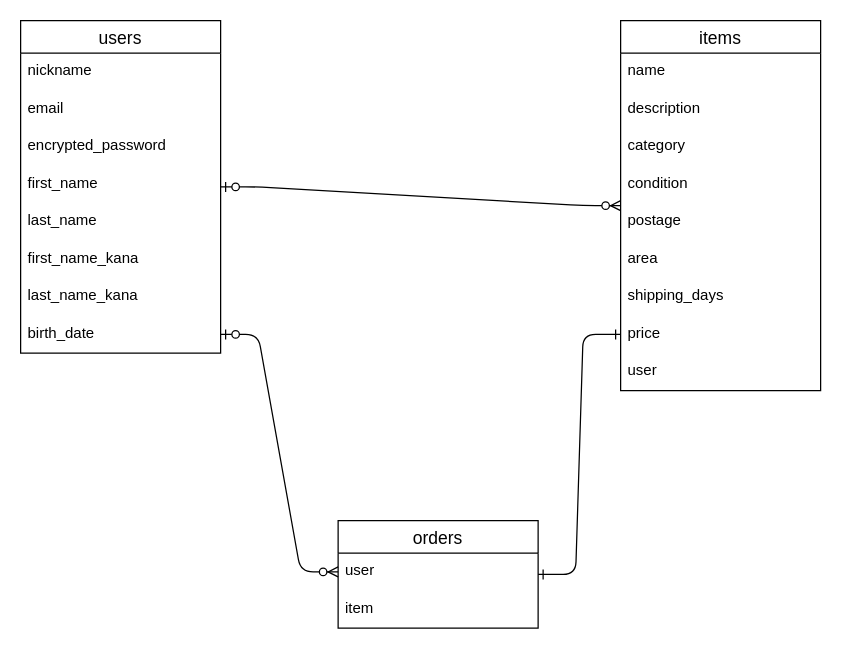
Earlier version of the draw.io diagram DB_design.dio (EastKazu/furima-41466). Source tidied: cells renumbered, new cells numbered last; positions are measured from the earlier drawing's top-left corner, leaving out a move shared by most shapes. Both pictures are drawn from the tidied source at 125%, with x=0, y=0 at pixel (20, 20).
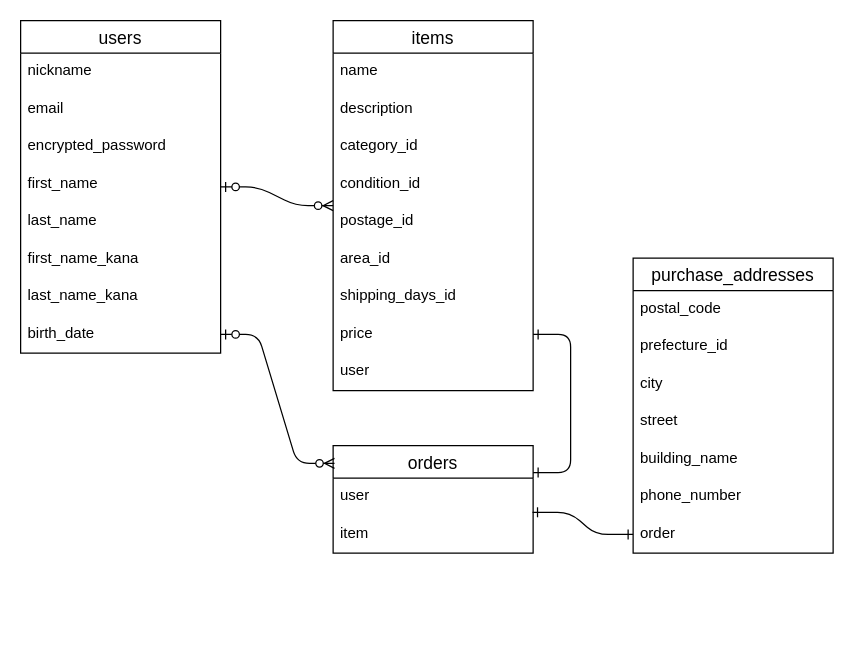
Above is the later version.

Commit message (it also covers changes not shown here):
データベース設計　修正２

# READMEの修正
usersテーブルのオプション
itemsテーブルのカラム名とオプション
purchase_addressesテーブルを新規作成

# ER図の修正

Unchanged cells that the change refers to:
```xml
<mxCell id="10" value="birth_date" style="text;strokeColor=none;fillColor=none;spacingLeft=4;spacingRight=4;overflow=hidden;points=[[0,0.5],[1,0.5]];portConstraint=eastwest;fontSize=12;" parent="2" vertex="1">
  <mxGeometry y="236" width="160" height="30" as="geometry" />
</mxCell>
<mxCell id="19" value="price&#10;" style="text;strokeColor=none;fillColor=none;spacingLeft=4;spacingRight=4;overflow=hidden;points=[[0,0.5],[1,0.5]];portConstraint=eastwest;fontSize=12;" parent="11" vertex="1">
  <mxGeometry y="236" width="160" height="30" as="geometry" />
</mxCell>
<mxCell id="23" value="user" style="text;strokeColor=none;fillColor=none;spacingLeft=4;spacingRight=4;overflow=hidden;points=[[0,0.5],[1,0.5]];portConstraint=eastwest;fontSize=12;" parent="22" vertex="1">
  <mxGeometry y="26" width="160" height="30" as="geometry" />
</mxCell>
```

What changed in the source:
```diff
@@
     <mxCell id="11" value="items" style="swimlane;fontStyle=0;horizontal=1;startSize=26;align=center;fontSize=14;" parent="1" vertex="1">
-      <mxGeometry x="480" width="160" height="296" as="geometry" />
+      <mxGeometry x="250" width="160" height="296" as="geometry" />
     </mxCell>
@@
-    <mxCell id="14" value="category" style="text;strokeColor=none;fillColor=none;spacingLeft=4;spacingRight=4;overflow=hidden;fontSize=12;" parent="11" vertex="1">
+    <mxCell id="14" value="category_id" style="text;strokeColor=none;fillColor=none;spacingLeft=4;spacingRight=4;overflow=hidden;fontSize=12;" parent="11" vertex="1">
       <mxGeometry y="86" width="160" height="30" as="geometry" />
     </mxCell>
-    <mxCell id="15" value="condition" style="text;strokeColor=none;fillColor=none;spacingLeft=4;spacingRight=4;overflow=hidden;fontSize=12;" parent="11" vertex="1">
+    <mxCell id="15" value="condition_id" style="text;strokeColor=none;fillColor=none;spacingLeft=4;spacingRight=4;overflow=hidden;fontSize=12;" parent="11" vertex="1">
       <mxGeometry y="116" width="160" height="30" as="geometry" />
     </mxCell>
-    <mxCell id="16" value="postage" style="text;strokeColor=none;fillColor=none;spacingLeft=4;spacingRight=4;overflow=hidden;fontSize=12;" parent="11" vertex="1">
+    <mxCell id="16" value="postage_id" style="text;strokeColor=none;fillColor=none;spacingLeft=4;spacingRight=4;overflow=hidden;fontSize=12;" parent="11" vertex="1">
       <mxGeometry y="146" width="160" height="30" as="geometry" />
     </mxCell>
-    <mxCell id="17" value="area" style="text;strokeColor=none;fillColor=none;spacingLeft=4;spacingRight=4;overflow=hidden;fontSize=12;" parent="11" vertex="1">
+    <mxCell id="17" value="area_id" style="text;strokeColor=none;fillColor=none;spacingLeft=4;spacingRight=4;overflow=hidden;fontSize=12;" parent="11" vertex="1">
       <mxGeometry y="176" width="160" height="30" as="geometry" />
     </mxCell>
-    <mxCell id="18" value="shipping_days" style="text;strokeColor=none;fillColor=none;spacingLeft=4;spacingRight=4;overflow=hidden;fontSize=12;" parent="11" vertex="1">
+    <mxCell id="18" value="shipping_days_id" style="text;strokeColor=none;fillColor=none;spacingLeft=4;spacingRight=4;overflow=hidden;fontSize=12;" parent="11" vertex="1">
       <mxGeometry y="206" width="160" height="30" as="geometry" />
     </mxCell>
@@
     <mxCell id="22" value="orders" style="swimlane;fontStyle=0;horizontal=1;startSize=26;align=center;fontSize=14;" parent="1" vertex="1">
-      <mxGeometry x="254" y="400" width="160" height="86" as="geometry" />
+      <mxGeometry x="250" y="340" width="160" height="86" as="geometry" />
     </mxCell>
@@
-    <mxCell id="25" style="edgeStyle=entityRelationEdgeStyle;fontSize=12;html=1;endArrow=ERone;endFill=1;strokeWidth=1;startArrow=ERone;startFill=0;exitX=0;exitY=0.5;exitDx=0;exitDy=0;" parent="1" edge="1" source="19" target="22">
+    <mxCell id="25" style="edgeStyle=entityRelationEdgeStyle;fontSize=12;html=1;endArrow=ERone;endFill=1;strokeWidth=1;startArrow=ERone;startFill=0;exitX=1;exitY=0.5;exitDx=0;exitDy=0;entryX=1;entryY=0.25;entryDx=0;entryDy=0;" parent="1" edge="1" source="19" target="22">
       <mxGeometry relative="1" as="geometry" />
     </mxCell>
-    <mxCell id="26" style="edgeStyle=entityRelationEdgeStyle;fontSize=12;html=1;endArrow=ERzeroToMany;startArrow=ERzeroToOne;strokeWidth=1;entryX=0;entryY=0.5;entryDx=0;entryDy=0;exitX=1;exitY=0.5;exitDx=0;exitDy=0;" parent="1" edge="1" source="10" target="23">
+    <mxCell id="26" style="edgeStyle=entityRelationEdgeStyle;fontSize=12;html=1;endArrow=ERzeroToMany;startArrow=ERzeroToOne;strokeWidth=1;exitX=1;exitY=0.5;exitDx=0;exitDy=0;entryX=0.007;entryY=0.165;entryDx=0;entryDy=0;entryPerimeter=0;" parent="1" edge="1" source="10" target="22">
       <mxGeometry relative="1" as="geometry" />
     </mxCell>
+    <mxCell id="27" value="purchase_addresses" style="swimlane;fontStyle=0;horizontal=1;startSize=26;align=center;fontSize=14;" parent="1" vertex="1">
+      <mxGeometry x="490" y="190" width="160" height="236" as="geometry" />
+    </mxCell>
+    <mxCell id="28" value="postal_code" style="text;strokeColor=none;fillColor=none;spacingLeft=4;spacingRight=4;overflow=hidden;fontSize=12;" parent="27" vertex="1">
+      <mxGeometry y="26" width="160" height="30" as="geometry" />
+    </mxCell>
+    <mxCell id="29" value="prefecture_id&#10;" style="text;strokeColor=none;fillColor=none;spacingLeft=4;spacingRight=4;overflow=hidden;fontSize=12;" parent="27" vertex="1">
+      <mxGeometry y="56" width="160" height="30" as="geometry" />
+    </mxCell>
+    <mxCell id="30" value="city" style="text;strokeColor=none;fillColor=none;spacingLeft=4;spacingRight=4;overflow=hidden;fontSize=12;" parent="27" vertex="1">
+      <mxGeometry y="86" width="160" height="30" as="geometry" />
+    </mxCell>
+    <mxCell id="31" value="street" style="text;strokeColor=none;fillColor=none;spacingLeft=4;spacingRight=4;overflow=hidden;fontSize=12;" parent="27" vertex="1">
+      <mxGeometry y="116" width="160" height="30" as="geometry" />
+    </mxCell>
+    <mxCell id="32" value="building_name" style="text;strokeColor=none;fillColor=none;spacingLeft=4;spacingRight=4;overflow=hidden;fontSize=12;" parent="27" vertex="1">
+      <mxGeometry y="146" width="160" height="30" as="geometry" />
+    </mxCell>
+    <mxCell id="33" value="phone_number" style="text;strokeColor=none;fillColor=none;spacingLeft=4;spacingRight=4;overflow=hidden;fontSize=12;" parent="27" vertex="1">
+      <mxGeometry y="176" width="160" height="30" as="geometry" />
+    </mxCell>
+    <mxCell id="34" value="order" style="text;strokeColor=none;fillColor=none;spacingLeft=4;spacingRight=4;overflow=hidden;points=[[0,0.5],[1,0.5]];portConstraint=eastwest;fontSize=12;" parent="27" vertex="1">
+      <mxGeometry y="206" width="160" height="30" as="geometry" />
+    </mxCell>
+    <mxCell id="35" style="edgeStyle=entityRelationEdgeStyle;fontSize=12;html=1;endArrow=ERone;endFill=1;strokeWidth=1;startArrow=ERone;startFill=0;exitX=0.997;exitY=0.911;exitDx=0;exitDy=0;entryX=0;entryY=0.5;entryDx=0;entryDy=0;exitPerimeter=0;" parent="1" edge="1" source="23" target="34">
+      <mxGeometry relative="1" as="geometry" />
+    </mxCell>
```
